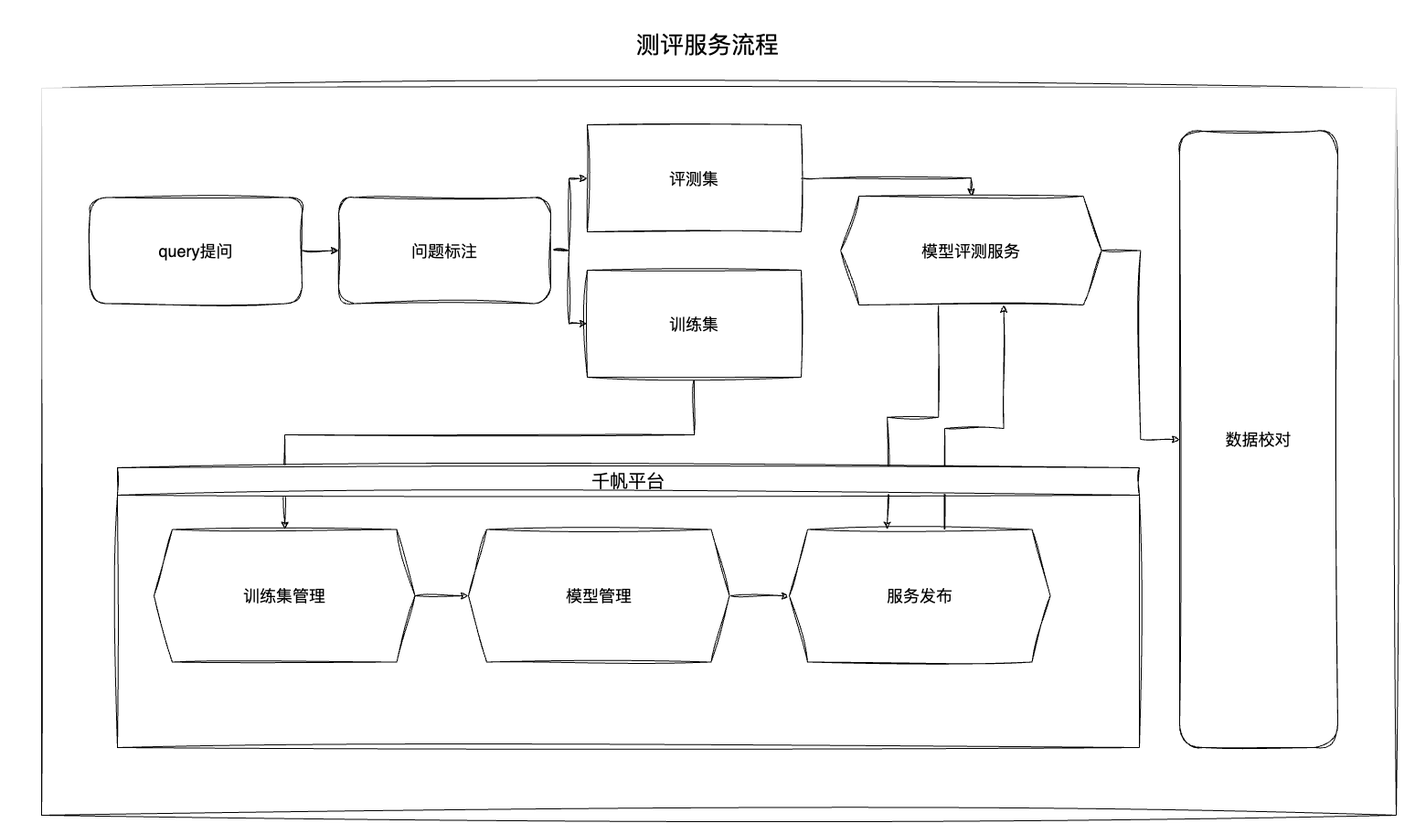
The draw.io diagram chatbi/评测服务流程.drawio.png in cavaljames/work-diagrams, before a commit. Source tidied: cells renumbered, new cells last; positions are measured from the earlier drawing's top-left corner, leaving out a move shared by most shapes.
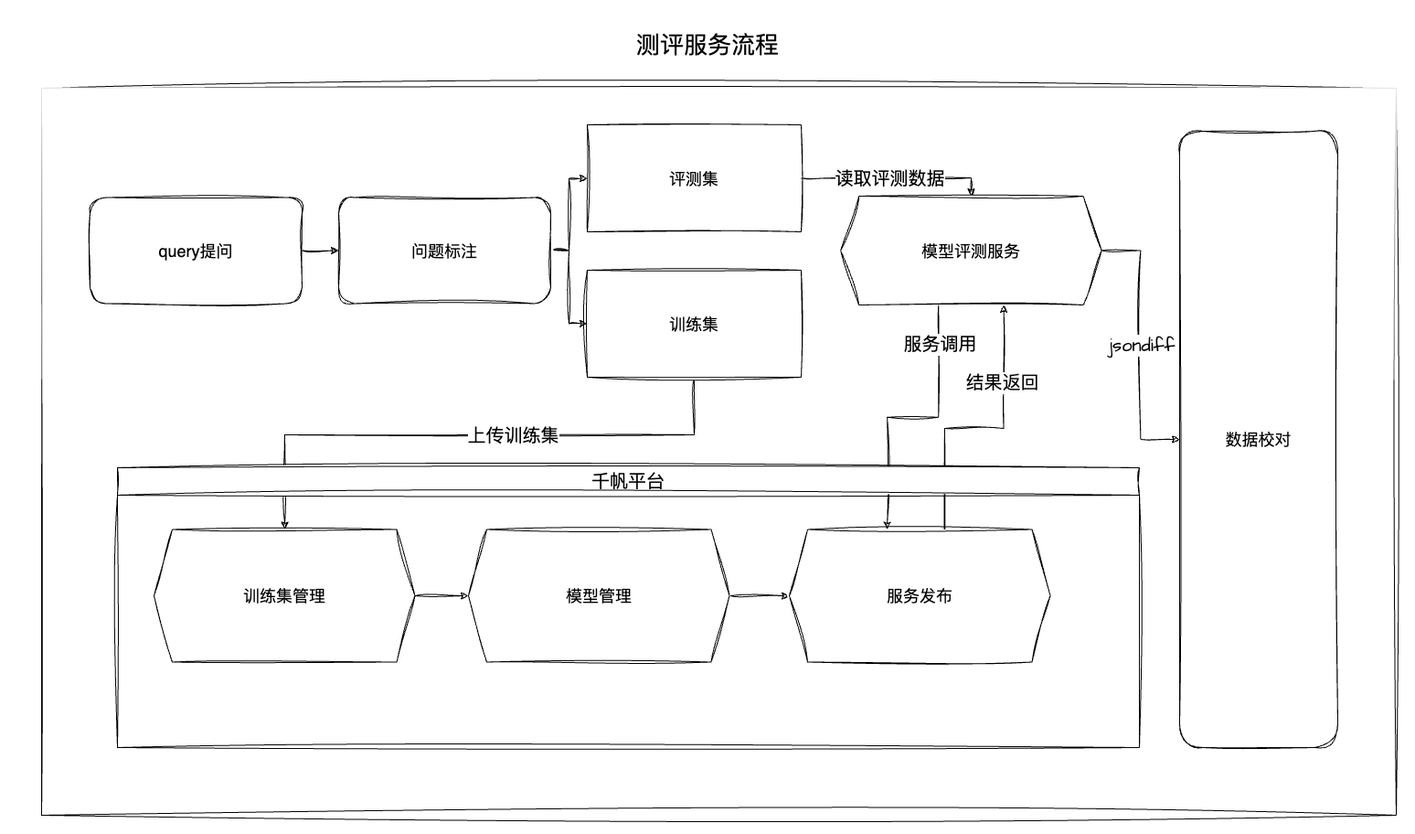
Later version of the same file.

Commit message:
更新评测服务流程.drawio.png

What changed in the source:
```diff
@@ -17,6 +17,9 @@
     <mxCell id="6" style="edgeStyle=orthogonalEdgeStyle;rounded=0;sketch=1;hachureGap=4;jiggle=2;curveFitting=1;jettySize=auto;html=1;exitX=1;exitY=0.5;exitDx=0;exitDy=0;entryX=0.5;entryY=0;entryDx=0;entryDy=0;fontFamily=Architects Daughter;fontSource=https%3A%2F%2Ffonts.googleapis.com%2Fcss%3Ffamily%3DArchitects%2BDaughter;fontSize=16;" parent="1" edge="1" source="7" target="16">
       <mxGeometry relative="1" as="geometry" />
     </mxCell>
+    <mxCell id="25" value="读取评测数据" style="edgeLabel;html=1;align=center;verticalAlign=middle;fontSize=20;fontFamily=Architects Daughter;" parent="6" vertex="1">
+      <mxGeometry x="-0.06" relative="1" as="geometry" />
+    </mxCell>
     <mxCell id="7" value="&lt;font style=&quot;font-size: 18px;&quot;&gt;评测集&lt;/font&gt;" style="rounded=0;whiteSpace=wrap;html=1;labelBackgroundColor=none;sketch=1;curveFitting=1;jiggle=2;" parent="1" vertex="1">
       <mxGeometry x="642" y="136" width="234" height="117" as="geometry" />
     </mxCell>
@@ -32,12 +35,18 @@
     <mxCell id="11" style="edgeStyle=orthogonalEdgeStyle;rounded=0;sketch=1;hachureGap=4;jiggle=2;curveFitting=1;jettySize=auto;html=1;exitX=0.625;exitY=0;exitDx=0;exitDy=0;entryX=0.625;entryY=1;entryDx=0;entryDy=0;fontFamily=Architects Daughter;fontSource=https%3A%2F%2Ffonts.googleapis.com%2Fcss%3Ffamily%3DArchitects%2BDaughter;fontSize=16;" parent="1" edge="1" source="24" target="16">
       <mxGeometry relative="1" as="geometry">
         <Array as="points">
+          <mxPoint x="1042" y="613" />
           <mxPoint x="1033" y="613" />
           <mxPoint x="1033" y="468" />
           <mxPoint x="1098" y="468" />
         </Array>
       </mxGeometry>
     </mxCell>
+    <mxCell id="26" value="结果返回" style="edgeLabel;html=1;align=center;verticalAlign=middle;fontSize=20;fontFamily=Architects Daughter;" parent="11" vertex="1">
+      <mxGeometry x="0.63" y="2" relative="1" as="geometry">
+        <mxPoint y="13" as="offset" />
+      </mxGeometry>
+    </mxCell>
     <mxCell id="12" value="&lt;span style=&quot;font-size: 18px;&quot;&gt;模型管理&lt;/span&gt;" style="shape=hexagon;perimeter=hexagonPerimeter2;whiteSpace=wrap;html=1;fixedSize=1;labelBackgroundColor=none;sketch=1;curveFitting=1;jiggle=2;" parent="1" vertex="1">
       <mxGeometry x="512" y="578.5" width="285.5" height="145" as="geometry" />
     </mxCell>
@@ -47,9 +56,17 @@
     <mxCell id="14" style="edgeStyle=orthogonalEdgeStyle;rounded=0;sketch=1;hachureGap=4;jiggle=2;curveFitting=1;jettySize=auto;html=1;exitX=1;exitY=0.5;exitDx=0;exitDy=0;entryX=0;entryY=0.5;entryDx=0;entryDy=0;fontFamily=Architects Daughter;fontSource=https%3A%2F%2Ffonts.googleapis.com%2Fcss%3Ffamily%3DArchitects%2BDaughter;fontSize=16;" parent="1" edge="1" source="16" target="8">
       <mxGeometry relative="1" as="geometry" />
     </mxCell>
+    <mxCell id="27" value="jsondiff" style="edgeLabel;html=1;align=center;verticalAlign=middle;fontSize=20;fontFamily=Architects Daughter;" parent="14" vertex="1">
+      <mxGeometry y="1" relative="1" as="geometry" />
+    </mxCell>
     <mxCell id="15" style="edgeStyle=orthogonalEdgeStyle;rounded=0;sketch=1;hachureGap=4;jiggle=2;curveFitting=1;jettySize=auto;html=1;exitX=0.375;exitY=1;exitDx=0;exitDy=0;entryX=0.375;entryY=0;entryDx=0;entryDy=0;fontFamily=Architects Daughter;fontSource=https%3A%2F%2Ffonts.googleapis.com%2Fcss%3Ffamily%3DArchitects%2BDaughter;fontSize=16;" parent="1" edge="1" source="16" target="24">
       <mxGeometry relative="1" as="geometry" />
     </mxCell>
+    <mxCell id="28" value="服务调用" style="edgeLabel;html=1;align=center;verticalAlign=middle;fontSize=20;fontFamily=Architects Daughter;" parent="15" vertex="1">
+      <mxGeometry x="-0.6" y="3" relative="1" as="geometry">
+        <mxPoint x="-2" y="-18" as="offset" />
+      </mxGeometry>
+    </mxCell>
     <mxCell id="16" value="&lt;font style=&quot;font-size: 18px;&quot;&gt;模型评测服务&lt;/font&gt;" style="shape=hexagon;perimeter=hexagonPerimeter2;whiteSpace=wrap;html=1;fixedSize=1;labelBackgroundColor=none;sketch=1;curveFitting=1;jiggle=2;" parent="1" vertex="1">
       <mxGeometry x="919.1" y="214" width="285.5" height="119" as="geometry" />
     </mxCell>
@@ -61,6 +78,9 @@
         </Array>
       </mxGeometry>
     </mxCell>
+    <mxCell id="29" value="上传训练集" style="edgeLabel;html=1;align=center;verticalAlign=middle;fontSize=20;fontFamily=Architects Daughter;" parent="17" vertex="1">
+      <mxGeometry x="-0.15" relative="1" as="geometry" />
+    </mxCell>
     <mxCell id="18" value="&lt;font style=&quot;font-size: 18px;&quot;&gt;训练集&lt;/font&gt;" style="rounded=0;whiteSpace=wrap;html=1;labelBackgroundColor=none;sketch=1;curveFitting=1;jiggle=2;" parent="1" vertex="1">
       <mxGeometry x="642" y="295" width="234" height="117" as="geometry" />
     </mxCell>
```
